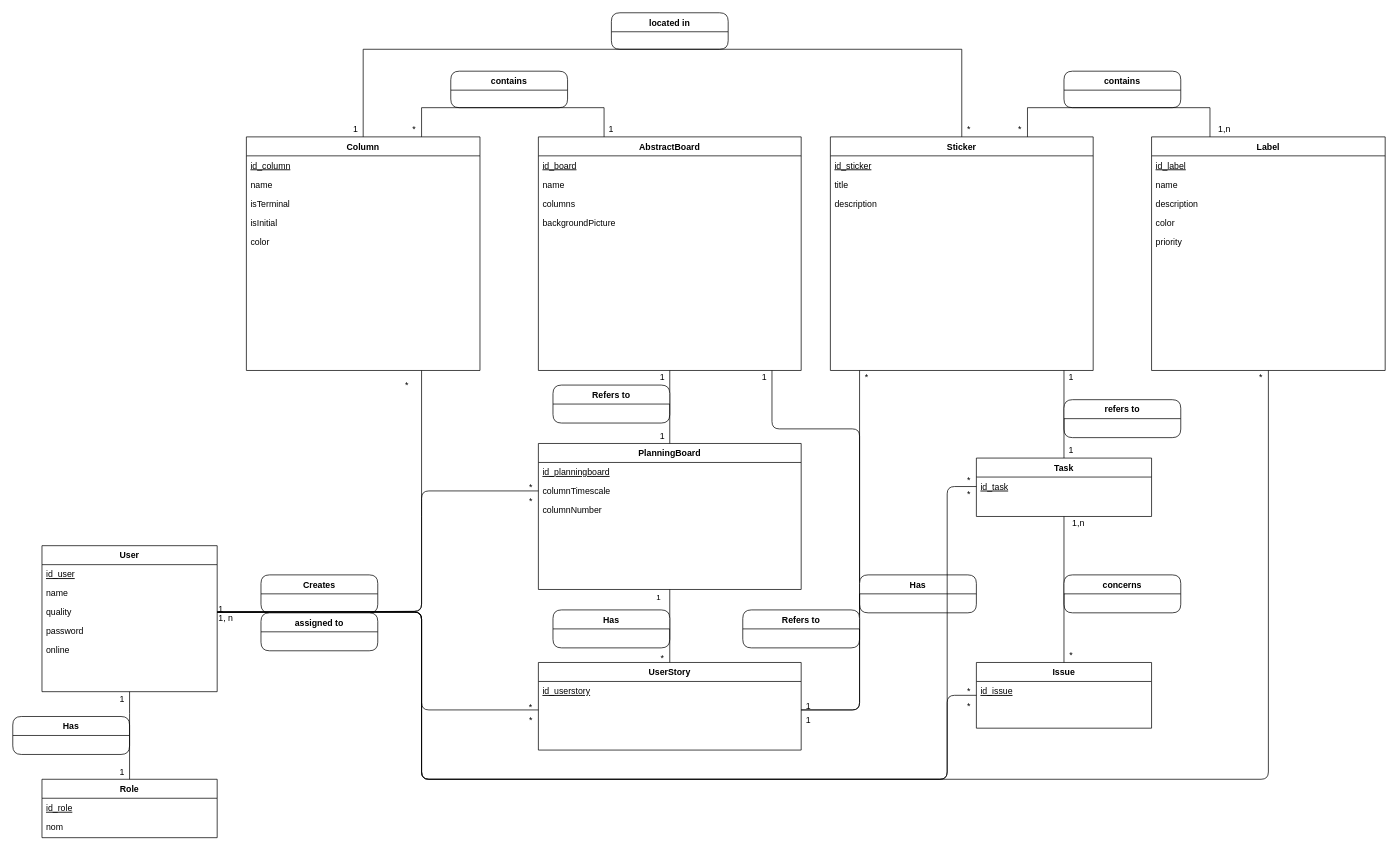
This is Diagrams/Database Diagram.drawio from RedaPengam/Boardy, a draw.io file, before an edit. Source tidied: cells renumbered, new cells numbered last; positions are measured from the earlier drawing's top-left corner, leaving out a move shared by most shapes. Both pictures are drawn from the tidied source at 73%, with x=0, y=0 at pixel (12, 12).
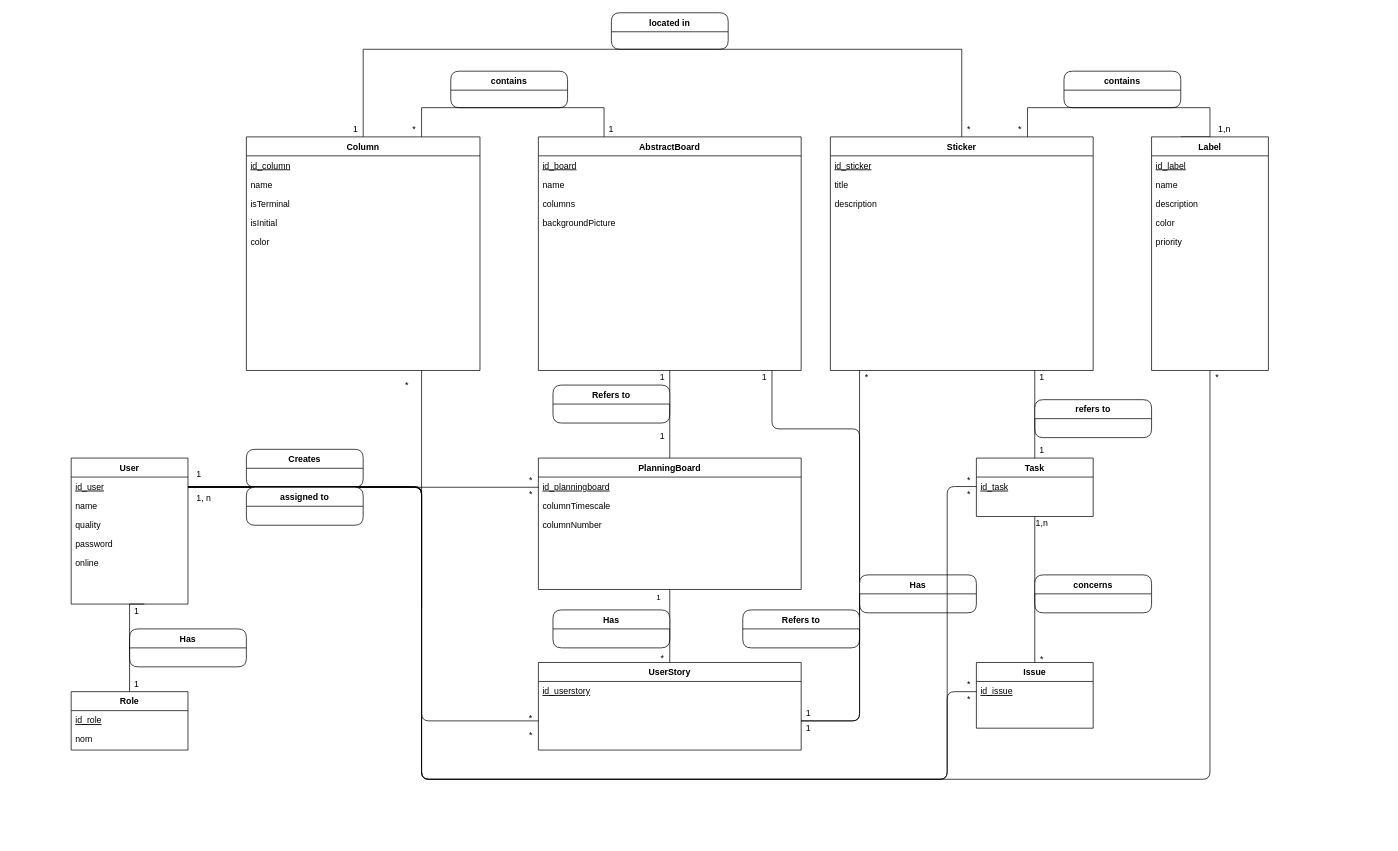
The same page after the edit.

Unchanged cells that the change refers to:
```xml
<mxCell id="15" value="columnTimescale" style="text;align=left;verticalAlign=top;spacingLeft=4;spacingRight=4;overflow=hidden;points=[[0,0.5],[1,0.5]];portConstraint=eastwest;rounded=0;shadow=0;html=0;" parent="13" vertex="1">
  <mxGeometry y="52" width="360" height="26" as="geometry" />
</mxCell>
<mxCell id="37" value="Column" style="swimlane;fontStyle=1;align=center;verticalAlign=top;horizontal=1;startSize=26;rounded=0;shadow=0;strokeWidth=1;" parent="1" vertex="1">
  <mxGeometry x="320" y="170" width="320" height="320" as="geometry" />
</mxCell>
```

Change to the diagram source:
```diff
@@
     <mxCell id="2" value="User" style="swimlane;fontStyle=1;align=center;verticalAlign=top;horizontal=1;startSize=26;rounded=0;shadow=0;strokeWidth=1;" parent="1" vertex="1">
-      <mxGeometry x="40" y="730" width="240" height="200" as="geometry" />
+      <mxGeometry x="80" y="610" width="160" height="200" as="geometry" />
     </mxCell>
     <mxCell id="3" value="id_user" style="text;align=left;verticalAlign=top;spacingLeft=4;spacingRight=4;overflow=hidden;points=[[0,0.5],[1,0.5]];portConstraint=eastwest;rounded=0;shadow=0;html=0;fontStyle=4;" parent="2" vertex="1">
-      <mxGeometry y="26" width="240" height="26" as="geometry" />
+      <mxGeometry y="26" width="160" height="26" as="geometry" />
     </mxCell>
     <mxCell id="4" value="name" style="text;align=left;verticalAlign=top;spacingLeft=4;spacingRight=4;overflow=hidden;" parent="2" vertex="1">
-      <mxGeometry y="52" width="240" height="26" as="geometry" />
+      <mxGeometry y="52" width="160" height="26" as="geometry" />
     </mxCell>
     <mxCell id="5" value="quality" style="text;align=left;verticalAlign=top;spacingLeft=4;spacingRight=4;overflow=hidden;points=[[0,0.5],[1,0.5]];portConstraint=eastwest;rounded=0;shadow=0;html=0;" parent="2" vertex="1">
-      <mxGeometry y="78" width="240" height="26" as="geometry" />
+      <mxGeometry y="78" width="160" height="26" as="geometry" />
     </mxCell>
     <mxCell id="6" value="password" style="text;align=left;verticalAlign=top;spacingLeft=4;spacingRight=4;overflow=hidden;rounded=0;shadow=0;html=0;" parent="2" vertex="1">
-      <mxGeometry y="104" width="240" height="26" as="geometry" />
+      <mxGeometry y="104" width="160" height="26" as="geometry" />
     </mxCell>
     <mxCell id="7" value="online" style="text;align=left;verticalAlign=top;spacingLeft=4;spacingRight=4;overflow=hidden;rounded=0;shadow=0;html=0;" parent="2" vertex="1">
-      <mxGeometry y="130" width="240" height="26" as="geometry" />
+      <mxGeometry y="130" width="160" height="26" as="geometry" />
     </mxCell>
@@
     <mxCell id="13" value="PlanningBoard" style="swimlane;fontStyle=1;align=center;verticalAlign=top;horizontal=1;startSize=26;rounded=0;shadow=0;strokeWidth=1;" parent="1" vertex="1">
-      <mxGeometry x="720" y="590" width="360" height="200" as="geometry" />
+      <mxGeometry x="720" y="610" width="360" height="180" as="geometry" />
     </mxCell>
@@
     <mxCell id="26" value="Issue" style="swimlane;fontStyle=1;align=center;verticalAlign=top;horizontal=1;startSize=26;rounded=0;shadow=0;strokeWidth=1;" parent="1" vertex="1">
-      <mxGeometry x="1320" y="890" width="240" height="90" as="geometry" />
+      <mxGeometry x="1320" y="890" width="160" height="90" as="geometry" />
     </mxCell>
     <mxCell id="27" value="id_issue" style="text;align=left;verticalAlign=top;spacingLeft=4;spacingRight=4;overflow=hidden;rounded=0;shadow=0;html=0;fontStyle=4;" parent="26" vertex="1">
-      <mxGeometry y="26" width="240" height="26" as="geometry" />
+      <mxGeometry y="26" width="160" height="26" as="geometry" />
     </mxCell>
     <mxCell id="28" value="1" style="text;html=1;strokeColor=none;fillColor=none;align=center;verticalAlign=middle;whiteSpace=wrap;rounded=0;" parent="1" vertex="1">
-      <mxGeometry x="1070" y="940" width="40" height="20" as="geometry" />
+      <mxGeometry x="1070" y="950" width="40" height="20" as="geometry" />
     </mxCell>
@@
-    <mxCell id="30" style="endArrow=none;shadow=0;strokeWidth=1;endFill=0;edgeStyle=orthogonalEdgeStyle;elbow=vertical;entryX=0;entryY=0.5;entryDx=0;entryDy=0;exitX=1;exitY=0.5;exitDx=0;exitDy=0;" parent="1" edge="1" source="5">
+    <mxCell id="30" style="endArrow=none;shadow=0;strokeWidth=1;endFill=0;edgeStyle=orthogonalEdgeStyle;elbow=vertical;" parent="1" edge="1">
       <mxGeometry x="0.5" y="41" relative="1" as="geometry">
-        <mxPoint x="720" y="955" as="targetPoint" />
+        <mxPoint x="240" y="650" as="sourcePoint" />
+        <mxPoint x="720" y="970" as="targetPoint" />
         <Array as="points">
-          <mxPoint x="560" y="821" />
-          <mxPoint x="560" y="955" />
+          <mxPoint x="240" y="650" />
+          <mxPoint x="560" y="650" />
+          <mxPoint x="560" y="970" />
         </Array>
         <mxPoint x="-40" y="32" as="offset" />
       </mxGeometry>
     </mxCell>
     <mxCell id="31" value="1" style="align=left;verticalAlign=bottom;labelBackgroundColor=none;fontSize=12;" parent="30" vertex="1">
       <mxGeometry x="-1" relative="1" as="geometry">
-        <mxPoint y="4" as="offset" />
+        <mxPoint x="10" y="-10" as="offset" />
       </mxGeometry>
     </mxCell>
@@
     <mxCell id="33" value="Role" style="swimlane;fontStyle=1;align=center;verticalAlign=top;horizontal=1;startSize=26;rounded=0;shadow=0;strokeWidth=1;" parent="1" vertex="1">
-      <mxGeometry x="40" y="1050" width="240" height="80" as="geometry" />
+      <mxGeometry x="80" y="930" width="160" height="80" as="geometry" />
     </mxCell>
     <mxCell id="34" value="id_role" style="text;align=left;verticalAlign=top;spacingLeft=4;spacingRight=4;overflow=hidden;rounded=0;shadow=0;html=0;fontStyle=4;" parent="33" vertex="1">
-      <mxGeometry y="26" width="240" height="26" as="geometry" />
+      <mxGeometry y="26" width="160" height="26" as="geometry" />
     </mxCell>
     <mxCell id="35" value="nom" style="text;align=left;verticalAlign=top;spacingLeft=4;spacingRight=4;overflow=hidden;rounded=0;shadow=0;html=0;" parent="33" vertex="1">
-      <mxGeometry y="52" width="240" height="26" as="geometry" />
+      <mxGeometry y="52" width="160" height="26" as="geometry" />
     </mxCell>
@@
     <mxCell id="43" value="Label" style="swimlane;fontStyle=1;align=center;verticalAlign=top;horizontal=1;startSize=26;rounded=0;shadow=0;strokeWidth=1;" parent="1" vertex="1">
-      <mxGeometry x="1560" y="170" width="320" height="320" as="geometry" />
+      <mxGeometry x="1560" y="170" width="160" height="320" as="geometry" />
     </mxCell>
     <mxCell id="44" value="id_label" style="text;align=left;verticalAlign=top;spacingLeft=4;spacingRight=4;overflow=hidden;fontStyle=4;" parent="43" vertex="1">
-      <mxGeometry y="26" width="320" height="26" as="geometry" />
+      <mxGeometry y="26" width="160" height="26" as="geometry" />
     </mxCell>
     <mxCell id="45" value="name" style="text;align=left;verticalAlign=top;spacingLeft=4;spacingRight=4;overflow=hidden;" parent="43" vertex="1">
-      <mxGeometry y="52" width="320" height="26" as="geometry" />
+      <mxGeometry y="52" width="160" height="26" as="geometry" />
     </mxCell>
     <mxCell id="46" value="description" style="text;align=left;verticalAlign=top;spacingLeft=4;spacingRight=4;overflow=hidden;" parent="43" vertex="1">
-      <mxGeometry y="78" width="320" height="26" as="geometry" />
+      <mxGeometry y="78" width="160" height="26" as="geometry" />
     </mxCell>
     <mxCell id="47" value="color" style="text;align=left;verticalAlign=top;spacingLeft=4;spacingRight=4;overflow=hidden;" parent="43" vertex="1">
-      <mxGeometry y="104" width="320" height="26" as="geometry" />
+      <mxGeometry y="104" width="160" height="26" as="geometry" />
     </mxCell>
     <mxCell id="48" value="priority" style="text;align=left;verticalAlign=top;spacingLeft=4;spacingRight=4;overflow=hidden;" parent="43" vertex="1">
-      <mxGeometry y="130" width="320" height="26" as="geometry" />
+      <mxGeometry y="130" width="160" height="26" as="geometry" />
     </mxCell>
-    <mxCell id="49" value="&lt;div&gt;&lt;br&gt;&lt;/div&gt;" style="endArrow=none;endSize=16;endFill=0;html=1;exitX=1;exitY=0.5;exitDx=0;exitDy=0;" parent="1" edge="1">
+    <mxCell id="49" value="&lt;div&gt;&lt;br&gt;&lt;/div&gt;" style="endArrow=none;endSize=16;endFill=0;html=1;" parent="1" edge="1">
       <mxGeometry x="0.84" y="10" relative="1" as="geometry">
-        <mxPoint x="1080" y="955" as="sourcePoint" />
+        <mxPoint x="1080" y="970" as="sourcePoint" />
         <mxPoint x="1040" y="490" as="targetPoint" />
         <Array as="points">
-          <mxPoint x="1160" y="955" />
+          <mxPoint x="1160" y="970" />
           <mxPoint x="1160" y="570" />
           <mxPoint x="1040" y="570" />
         </Array>
       </mxGeometry>
     </mxCell>
-    <mxCell id="50" value="&lt;div&gt;&lt;br&gt;&lt;/div&gt;" style="endArrow=none;endSize=16;endFill=0;html=1;exitX=1;exitY=0.5;exitDx=0;exitDy=0;" parent="1" edge="1">
+    <mxCell id="50" value="&lt;div&gt;&lt;br&gt;&lt;/div&gt;" style="endArrow=none;endSize=16;endFill=0;html=1;" parent="1" edge="1">
       <mxGeometry x="0.15" y="20" relative="1" as="geometry">
-        <mxPoint x="1080" y="955" as="sourcePoint" />
+        <mxPoint x="1080" y="970" as="sourcePoint" />
         <mxPoint x="1160" y="490" as="targetPoint" />
         <Array as="points">
-          <mxPoint x="1160" y="955" />
+          <mxPoint x="1160" y="970" />
         </Array>
       </mxGeometry>
     </mxCell>
     <mxCell id="51" value="Task" style="swimlane;fontStyle=1;align=center;verticalAlign=top;horizontal=1;startSize=26;rounded=0;shadow=0;strokeWidth=1;" parent="1" vertex="1">
-      <mxGeometry x="1320" y="610" width="240" height="80" as="geometry" />
+      <mxGeometry x="1320" y="610" width="160" height="80" as="geometry" />
     </mxCell>
     <mxCell id="52" value="id_task" style="text;align=left;verticalAlign=top;spacingLeft=4;spacingRight=4;overflow=hidden;points=[[0,0.5],[1,0.5]];portConstraint=eastwest;rounded=0;shadow=0;html=0;fontStyle=4;" parent="51" vertex="1">
-      <mxGeometry y="26" width="240" height="26" as="geometry" />
+      <mxGeometry y="26" width="160" height="26" as="geometry" />
     </mxCell>
     <mxCell id="53" value="&lt;div&gt;&lt;br&gt;&lt;/div&gt;" style="endArrow=none;endSize=16;endFill=0;html=1;exitX=0.5;exitY=0;exitDx=0;exitDy=0;" parent="1" edge="1" source="51">
       <mxGeometry x="0.15" y="20" relative="1" as="geometry">
-        <mxPoint x="1440" y="490" as="targetPoint" />
+        <mxPoint x="1400" y="490" as="targetPoint" />
+        <Array as="points">
+          <mxPoint x="1400" y="520" />
+        </Array>
       </mxGeometry>
     </mxCell>
@@
-    <mxCell id="55" style="endArrow=none;html=1;exitX=1;exitY=0.5;exitDx=0;exitDy=0;entryX=0;entryY=0.5;entryDx=0;entryDy=0;" parent="1" edge="1" source="5" target="15">
+    <mxCell id="55" style="endArrow=none;html=1;" parent="1" edge="1">
       <mxGeometry relative="1" as="geometry">
+        <mxPoint x="240" y="650" as="sourcePoint" />
+        <mxPoint x="720" y="650" as="targetPoint" />
         <Array as="points">
-          <mxPoint x="560" y="820" />
-          <mxPoint x="560" y="655" />
+          <mxPoint x="560" y="650" />
         </Array>
       </mxGeometry>
     </mxCell>
-    <mxCell id="56" style="endArrow=none;html=1;entryX=0.75;entryY=1;entryDx=0;entryDy=0;exitX=1;exitY=0.5;exitDx=0;exitDy=0;" parent="1" edge="1" source="5" target="37">
+    <mxCell id="56" style="endArrow=none;html=1;entryX=0.75;entryY=1;entryDx=0;entryDy=0;" parent="1" edge="1" target="37">
       <mxGeometry relative="1" as="geometry">
+        <mxPoint x="240" y="650" as="sourcePoint" />
         <Array as="points">
+          <mxPoint x="560" y="650" />
           <mxPoint x="560" y="820" />
-          <mxPoint x="560" y="680" />
         </Array>
       </mxGeometry>
     </mxCell>
-    <mxCell id="57" style="endArrow=none;html=1;entryX=0.5;entryY=1;entryDx=0;entryDy=0;exitX=1;exitY=0.5;exitDx=0;exitDy=0;" parent="1" edge="1" source="5" target="43">
+    <mxCell id="57" style="endArrow=none;html=1;entryX=0.5;entryY=1;entryDx=0;entryDy=0;" parent="1" edge="1" target="43">
       <mxGeometry relative="1" as="geometry">
+        <mxPoint x="240" y="650" as="sourcePoint" />
         <Array as="points">
-          <mxPoint x="560" y="821" />
+          <mxPoint x="560" y="650" />
           <mxPoint x="560" y="1050" />
-          <mxPoint x="1720" y="1050" />
+          <mxPoint x="1640" y="1050" />
         </Array>
       </mxGeometry>
     </mxCell>
     <mxCell id="58" value="*" style="text;html=1;strokeColor=none;fillColor=none;align=center;verticalAlign=middle;whiteSpace=wrap;rounded=0;" parent="1" vertex="1">
-      <mxGeometry x="690" y="640" width="40" height="20" as="geometry" />
+      <mxGeometry x="690" y="630" width="40" height="20" as="geometry" />
     </mxCell>
     <mxCell id="59" value="1,n" style="text;html=1;strokeColor=none;fillColor=none;align=center;verticalAlign=middle;whiteSpace=wrap;rounded=0;" parent="1" vertex="1">
-      <mxGeometry x="1440" y="690" width="40" height="20" as="geometry" />
+      <mxGeometry x="1390" y="690" width="40" height="20" as="geometry" />
     </mxCell>
     <mxCell id="60" value="*" style="text;html=1;strokeColor=none;fillColor=none;align=center;verticalAlign=middle;whiteSpace=wrap;rounded=0;" parent="1" vertex="1">
-      <mxGeometry x="1690" y="490" width="40" height="20" as="geometry" />
+      <mxGeometry x="1630" y="490" width="40" height="20" as="geometry" />
     </mxCell>
@@
     <mxCell id="62" value="Creates" style="swimlane;fontStyle=1;align=center;verticalAlign=top;horizontal=1;startSize=26;rounded=1;" parent="1" vertex="1">
-      <mxGeometry x="340" y="770" width="160" height="52" as="geometry" />
+      <mxGeometry x="320" y="598" width="160" height="52" as="geometry" />
     </mxCell>
     <mxCell id="63" value="Has" style="swimlane;fontStyle=1;align=center;verticalAlign=top;horizontal=1;startSize=26;rounded=1;" parent="1" vertex="1">
-      <mxGeometry y="964" width="160" height="52" as="geometry" />
+      <mxGeometry x="160" y="844" width="160" height="52" as="geometry" />
     </mxCell>
@@
     <mxCell id="67" value="assigned to" style="swimlane;fontStyle=1;align=center;verticalAlign=top;horizontal=1;startSize=26;rounded=1;" parent="1" vertex="1">
-      <mxGeometry x="340" y="822" width="160" height="52" as="geometry" />
+      <mxGeometry x="320" y="650" width="160" height="52" as="geometry" />
     </mxCell>
     <mxCell id="68" value="concerns" style="swimlane;fontStyle=1;align=center;verticalAlign=top;horizontal=1;startSize=26;rounded=1;" parent="1" vertex="1">
-      <mxGeometry x="1440" y="770" width="160" height="52" as="geometry" />
+      <mxGeometry x="1400" y="770" width="160" height="52" as="geometry" />
     </mxCell>
     <mxCell id="69" value="*" style="text;html=1;strokeColor=none;fillColor=none;align=center;verticalAlign=middle;whiteSpace=wrap;rounded=0;" parent="1" vertex="1">
-      <mxGeometry x="1430" y="870" width="40" height="20" as="geometry" />
+      <mxGeometry x="1390" y="876" width="40" height="20" as="geometry" />
     </mxCell>
     <mxCell id="70" value="1, n" style="align=left;verticalAlign=bottom;labelBackgroundColor=none;fontSize=12;" parent="1" vertex="1">
-      <mxGeometry x="290" y="835" as="geometry">
+      <mxGeometry x="260" y="670" as="geometry">
         <mxPoint x="-10" y="3" as="offset" />
       </mxGeometry>
     </mxCell>
@@
     <mxCell id="81" value="1" style="text;html=1;strokeColor=none;fillColor=none;align=center;verticalAlign=middle;whiteSpace=wrap;rounded=0;" parent="1" vertex="1">
-      <mxGeometry x="1070" y="960" width="40" height="20" as="geometry" />
+      <mxGeometry x="1070" y="970" width="40" height="20" as="geometry" />
     </mxCell>
@@
-    <mxCell id="83" style="endArrow=none;html=1;exitX=1;exitY=0.5;exitDx=0;exitDy=0;entryX=0;entryY=0.5;entryDx=0;entryDy=0;" parent="1" edge="1" source="5" target="52">
+    <mxCell id="83" style="endArrow=none;html=1;entryX=0;entryY=0.5;entryDx=0;entryDy=0;" parent="1" edge="1" target="52">
       <mxGeometry relative="1" as="geometry">
+        <mxPoint x="240" y="649" as="sourcePoint" />
         <Array as="points">
-          <mxPoint x="560" y="821" />
+          <mxPoint x="560" y="649" />
           <mxPoint x="560" y="1050" />
           <mxPoint x="1280" y="1050" />
           <mxPoint x="1280" y="649" />
         </Array>
       </mxGeometry>
     </mxCell>
-    <mxCell id="84" style="endArrow=none;html=1;exitX=1;exitY=0.5;exitDx=0;exitDy=0;entryX=0;entryY=0.5;entryDx=0;entryDy=0;" parent="1" edge="1" source="5" target="26">
+    <mxCell id="84" style="endArrow=none;html=1;exitX=1;exitY=0.5;exitDx=0;exitDy=0;" parent="1" edge="1" source="3">
       <mxGeometry relative="1" as="geometry">
+        <mxPoint x="1320" y="930" as="targetPoint" />
         <Array as="points">
-          <mxPoint x="560" y="821" />
+          <mxPoint x="560" y="649" />
           <mxPoint x="560" y="1050" />
           <mxPoint x="1280" y="1050" />
-          <mxPoint x="1280" y="935" />
+          <mxPoint x="1280" y="930" />
         </Array>
       </mxGeometry>
     </mxCell>
     <mxCell id="85" value="*" style="text;html=1;strokeColor=none;fillColor=none;align=center;verticalAlign=middle;whiteSpace=wrap;rounded=0;" parent="1" vertex="1">
-      <mxGeometry x="690" y="960" width="40" height="20" as="geometry" />
+      <mxGeometry x="690" y="980" width="40" height="20" as="geometry" />
     </mxCell>
     <mxCell id="86" value="*" style="text;html=1;strokeColor=none;fillColor=none;align=center;verticalAlign=middle;whiteSpace=wrap;rounded=0;" parent="1" vertex="1">
-      <mxGeometry x="690" y="660" width="40" height="20" as="geometry" />
+      <mxGeometry x="690" y="650" width="40" height="20" as="geometry" />
     </mxCell>
     <mxCell id="87" value="*" style="text;html=1;strokeColor=none;fillColor=none;align=center;verticalAlign=middle;whiteSpace=wrap;rounded=0;" parent="1" vertex="1">
-      <mxGeometry x="1290" y="920" width="40" height="20" as="geometry" />
+      <mxGeometry x="1290" y="910" width="40" height="20" as="geometry" />
     </mxCell>
     <mxCell id="88" value="*" style="text;html=1;strokeColor=none;fillColor=none;align=center;verticalAlign=middle;whiteSpace=wrap;rounded=0;" parent="1" vertex="1">
-      <mxGeometry x="1290" y="940" width="40" height="20" as="geometry" />
+      <mxGeometry x="1290" y="930" width="40" height="20" as="geometry" />
     </mxCell>
@@
     <mxCell id="91" value="refers to" style="swimlane;fontStyle=1;align=center;verticalAlign=top;horizontal=1;startSize=26;rounded=1;" parent="1" vertex="1">
-      <mxGeometry x="1440" y="530" width="160" height="52" as="geometry" />
+      <mxGeometry x="1400" y="530" width="160" height="52" as="geometry" />
     </mxCell>
     <mxCell id="92" value="1" style="text;html=1;strokeColor=none;fillColor=none;align=center;verticalAlign=middle;whiteSpace=wrap;rounded=0;" parent="1" vertex="1">
-      <mxGeometry x="1430" y="590" width="40" height="20" as="geometry" />
+      <mxGeometry x="1390" y="590" width="40" height="20" as="geometry" />
     </mxCell>
     <mxCell id="93" value="1" style="text;html=1;strokeColor=none;fillColor=none;align=center;verticalAlign=middle;whiteSpace=wrap;rounded=0;" parent="1" vertex="1">
-      <mxGeometry x="1430" y="490" width="40" height="20" as="geometry" />
+      <mxGeometry x="1390" y="490" width="40" height="20" as="geometry" />
     </mxCell>
@@
     <mxCell id="98" style="edgeStyle=orthogonalEdgeStyle;rounded=0;jettySize=auto;html=1;exitX=0.75;exitY=0;exitDx=0;exitDy=0;entryX=0.5;entryY=0;entryDx=0;entryDy=0;startArrow=none;startFill=0;endArrow=none;endFill=0;" parent="1" edge="1" source="99" target="33">
       <mxGeometry relative="1" as="geometry">
         <Array as="points">
-          <mxPoint x="160" y="960" />
-          <mxPoint x="160" y="960" />
+          <mxPoint x="160" y="840" />
+          <mxPoint x="160" y="840" />
         </Array>
       </mxGeometry>
     </mxCell>
     <mxCell id="99" value="1" style="text;html=1;strokeColor=none;fillColor=none;align=center;verticalAlign=middle;whiteSpace=wrap;rounded=0;" parent="1" vertex="1">
-      <mxGeometry x="130" y="930" width="40" height="20" as="geometry" />
+      <mxGeometry x="150" y="810" width="40" height="20" as="geometry" />
     </mxCell>
     <mxCell id="100" value="1" style="text;html=1;strokeColor=none;fillColor=none;align=center;verticalAlign=middle;whiteSpace=wrap;rounded=0;" parent="1" vertex="1">
-      <mxGeometry x="130" y="1030" width="40" height="20" as="geometry" />
+      <mxGeometry x="150" y="910" width="40" height="20" as="geometry" />
     </mxCell>
```
